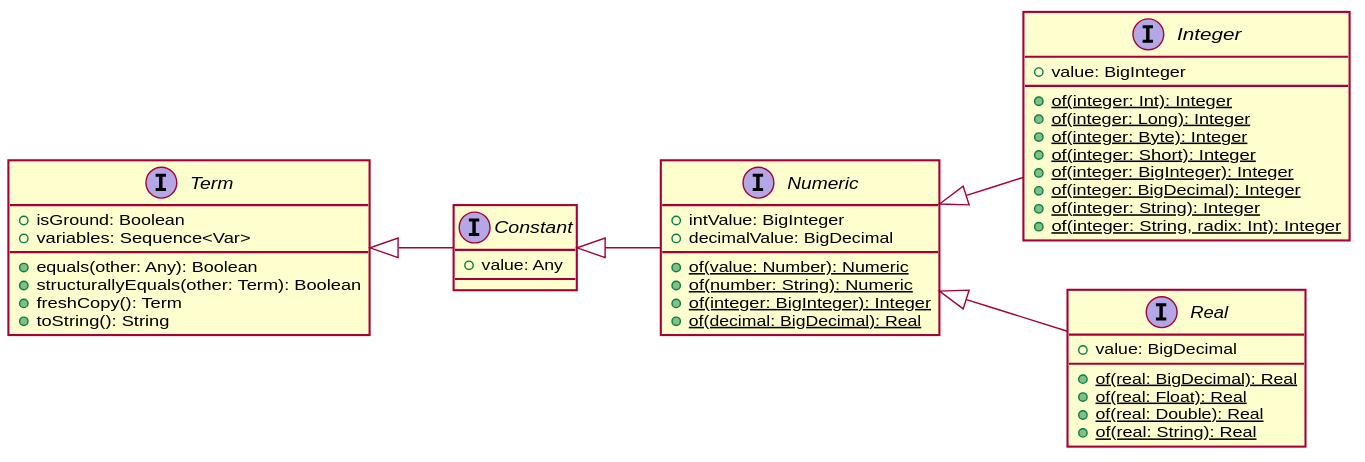
Before: img/numeric.svg, a diagram exported from PlantUML (gciatto-unibo/2p-kt-presentation). The source it was exported from:
```plantuml
@startuml
left to right direction
skinparam shadowing false

interface Term {
  + isGround: Boolean
  + variables: Sequence<Var>
  + equals(other: Any): Boolean
  + structurallyEquals(other: Term): Boolean
  + freshCopy(): Term
  + toString(): String
}
interface Constant {
  + value: Any
}
interface Numeric {
  + intValue: BigInteger
  + decimalValue: BigDecimal
  + {static} of(value: Number): Numeric
  + {static} of(number: String): Numeric
  + {static} of(integer: BigInteger): Integer
  + {static} of(decimal: BigDecimal): Real
}
interface Integer {
  + value: BigInteger
  + {static} of(integer: Int): Integer
  + {static} of(integer: Long): Integer
  + {static} of(integer: Byte): Integer
  + {static} of(integer: Short): Integer
  + {static} of(integer: BigInteger): Integer
  + {static} of(integer: BigDecimal): Integer
  + {static} of(integer: String): Integer
  + {static} of(integer: String, radix: Int): Integer
}
interface Real {
  + value: BigDecimal
  + {static} of(real: BigDecimal): Real
  + {static} of(real: Float): Real
  + {static} of(real: Double): Real
  + {static} of(real: String): Real
}

Term <|-- Constant

Constant <|-- Numeric

Numeric <|-- Real
Numeric <|-- Integer
@enduml
```
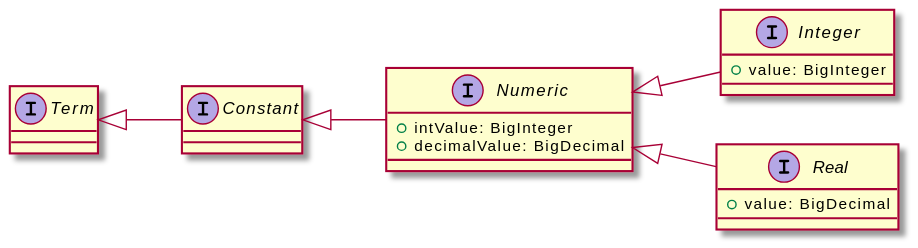
Later version of the same file.

The edit, as a diff of the source:
```diff
@@ -1,43 +1,20 @@
 @startuml
 left to right direction
-skinparam shadowing false
 
-interface Term {
-  + isGround: Boolean
-  + variables: Sequence<Var>
-  + equals(other: Any): Boolean
-  + structurallyEquals(other: Term): Boolean
-  + freshCopy(): Term
-  + toString(): String
-}
-interface Constant {
-  + value: Any
-}
+interface Term
+
+interface Constant
+
 interface Numeric {
   + intValue: BigInteger
   + decimalValue: BigDecimal
-  + {static} of(value: Number): Numeric
-  + {static} of(number: String): Numeric
-  + {static} of(integer: BigInteger): Integer
-  + {static} of(decimal: BigDecimal): Real
 }
+
 interface Integer {
   + value: BigInteger
-  + {static} of(integer: Int): Integer
-  + {static} of(integer: Long): Integer
-  + {static} of(integer: Byte): Integer
-  + {static} of(integer: Short): Integer
-  + {static} of(integer: BigInteger): Integer
-  + {static} of(integer: BigDecimal): Integer
-  + {static} of(integer: String): Integer
-  + {static} of(integer: String, radix: Int): Integer
 }
 interface Real {
   + value: BigDecimal
-  + {static} of(real: BigDecimal): Real
-  + {static} of(real: Float): Real
-  + {static} of(real: Double): Real
-  + {static} of(real: String): Real
 }
 
 Term <|-- Constant
```
